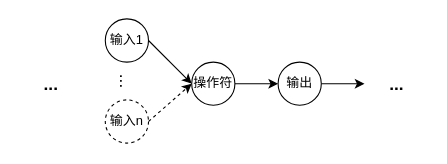
Before: calc-flow.drawio in foreignbill/drawio, a draw.io diagram. Source tidied: cells renumbered, new cells numbered last; positions are measured from the earlier drawing's top-left corner, leaving out a move shared by most shapes. Both pictures are drawn from the tidied source at 108%, with x=0, y=0 at pixel (18, 18).
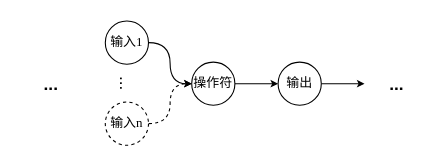
After the change.

Change to the diagram source:
```diff
@@
 <mxGraphModel>
   <root>
     <mxCell id="0" />
     <mxCell id="1" parent="0" />
-    <mxCell id="2" style="rounded=0;jettySize=auto;html=1;exitX=1;exitY=0.5;exitDx=0;exitDy=0;entryX=0;entryY=0.5;entryDx=0;entryDy=0;fontSize=16;" parent="1" edge="1" source="3" target="7">
+    <mxCell id="2" style="rounded=0;jettySize=auto;html=1;exitX=1;exitY=0.5;exitDx=0;exitDy=0;entryX=0;entryY=0.5;entryDx=0;entryDy=0;fontSize=16;endSize=4;startSize=4;edgeStyle=orthogonalEdgeStyle;curved=1;" parent="1" edge="1" source="3" target="7">
       <mxGeometry relative="1" as="geometry" />
     </mxCell>
-    <mxCell id="3" value="输入1" style="ellipse;whiteSpace=wrap;html=1;" parent="1" vertex="1">
-      <mxGeometry x="80" width="40" height="40" as="geometry" />
+    <mxCell id="3" value="输入1" style="ellipse;whiteSpace=wrap;html=1;fontFamily=Times New Roman;" parent="1" vertex="1">
+      <mxGeometry x="80" y="2" width="40" height="40" as="geometry" />
     </mxCell>
-    <mxCell id="4" style="edgeStyle=none;rounded=0;jettySize=auto;html=1;exitX=1;exitY=0.5;exitDx=0;exitDy=0;entryX=0;entryY=0.5;entryDx=0;entryDy=0;fontSize=16;dashed=1;" parent="1" edge="1" source="5" target="7">
+    <mxCell id="4" style="edgeStyle=orthogonalEdgeStyle;rounded=0;jettySize=auto;html=1;exitX=1;exitY=0.5;exitDx=0;exitDy=0;entryX=0;entryY=0.5;entryDx=0;entryDy=0;fontSize=16;dashed=1;endSize=4;startSize=4;curved=1;" parent="1" edge="1" source="5" target="7">
       <mxGeometry relative="1" as="geometry" />
     </mxCell>
-    <mxCell id="5" value="输入n" style="ellipse;whiteSpace=wrap;html=1;dashed=1;" parent="1" vertex="1">
-      <mxGeometry x="80" y="75" width="40" height="40" as="geometry" />
+    <mxCell id="5" value="输入n" style="ellipse;whiteSpace=wrap;html=1;dashed=1;fontFamily=Times New Roman;" parent="1" vertex="1">
+      <mxGeometry x="80" y="77" width="40" height="40" as="geometry" />
     </mxCell>
-    <mxCell id="6" style="edgeStyle=none;rounded=0;jettySize=auto;html=1;exitX=1;exitY=0.5;exitDx=0;exitDy=0;entryX=0;entryY=0.5;entryDx=0;entryDy=0;fontSize=16;" parent="1" edge="1" source="7" target="9">
+    <mxCell id="6" style="edgeStyle=orthogonalEdgeStyle;rounded=0;jettySize=auto;html=1;exitX=1;exitY=0.5;exitDx=0;exitDy=0;entryX=0;entryY=0.5;entryDx=0;entryDy=0;fontSize=16;endSize=4;startSize=4;curved=1;" parent="1" edge="1" source="7" target="9">
       <mxGeometry relative="1" as="geometry" />
     </mxCell>
-    <mxCell id="7" value="操作符" style="ellipse;whiteSpace=wrap;html=1;" parent="1" vertex="1">
+    <mxCell id="7" value="操作符" style="ellipse;whiteSpace=wrap;html=1;fontFamily=Times New Roman;" parent="1" vertex="1">
       <mxGeometry x="160" y="40" width="40" height="40" as="geometry" />
     </mxCell>
-    <mxCell id="8" style="edgeStyle=none;rounded=0;jettySize=auto;html=1;exitX=1;exitY=0.5;exitDx=0;exitDy=0;entryX=0;entryY=0.5;entryDx=0;entryDy=0;fontSize=16;" parent="1" edge="1" source="9" target="11">
+    <mxCell id="8" style="edgeStyle=orthogonalEdgeStyle;rounded=0;jettySize=auto;html=1;exitX=1;exitY=0.5;exitDx=0;exitDy=0;entryX=0;entryY=0.5;entryDx=0;entryDy=0;fontSize=16;endSize=4;startSize=4;curved=1;" parent="1" edge="1" source="9" target="11">
       <mxGeometry relative="1" as="geometry" />
     </mxCell>
-    <mxCell id="9" value="输出" style="ellipse;whiteSpace=wrap;html=1;" parent="1" vertex="1">
+    <mxCell id="9" value="输出" style="ellipse;whiteSpace=wrap;html=1;fontFamily=Times New Roman;" parent="1" vertex="1">
       <mxGeometry x="240" y="40" width="40" height="40" as="geometry" />
     </mxCell>
     <mxCell id="10" value="&lt;b&gt;&lt;font style=&quot;font-size: 16px;&quot;&gt;...&lt;/font&gt;&lt;/b&gt;" style="text;html=1;strokeColor=none;fillColor=none;align=center;verticalAlign=middle;whiteSpace=wrap;rounded=0;dashed=1;" parent="1" vertex="1">
       <mxGeometry y="45" width="60" height="30" as="geometry" />
     </mxCell>
     <mxCell id="11" value="&lt;b&gt;&lt;font style=&quot;font-size: 16px;&quot;&gt;...&lt;/font&gt;&lt;/b&gt;" style="text;html=1;strokeColor=none;fillColor=none;align=center;verticalAlign=middle;whiteSpace=wrap;rounded=0;dashed=1;" parent="1" vertex="1">
       <mxGeometry x="320" y="45" width="60" height="30" as="geometry" />
     </mxCell>
     <mxCell id="12" value="..." style="text;html=1;strokeColor=none;fillColor=none;align=center;verticalAlign=middle;whiteSpace=wrap;rounded=0;dashed=1;fontSize=16;rotation=90;" parent="1" vertex="1">
-      <mxGeometry x="70" y="43" width="60" height="30" as="geometry" />
+      <mxGeometry x="70" y="45" width="60" height="30" as="geometry" />
     </mxCell>
   </root>
 </mxGraphModel>
```
